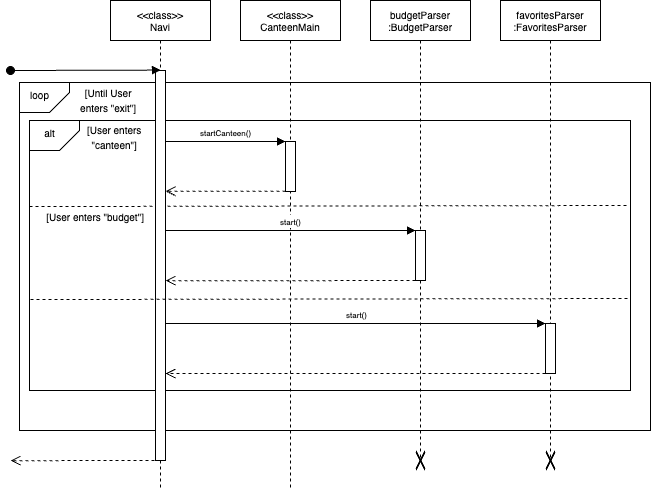
Earlier version of the draw.io export docs/diagrams/NaviSequenceDiagram.drawio.png (AY2425S2-CS2113-W12-2/tp). Source tidied: cells renumbered, new cells last; positions are measured from the earlier drawing's top-left corner, leaving out a move shared by most shapes.
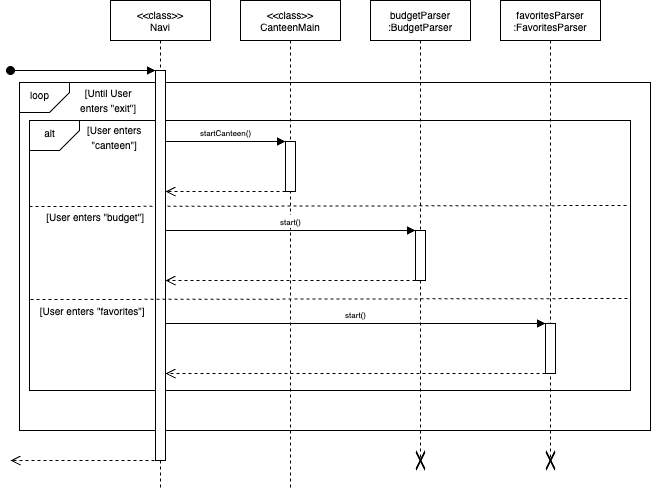
Above is the later version.

The edit, as a diff of the source:
```diff
@@ -127,5 +127,8 @@
     <mxCell id="30" style="shape=mxgraph.mockup.markup.redX;fillColor=#000000;html=1;shadow=0;whiteSpace=wrap;strokeColor=none;rotation=90;" parent="1" vertex="1">
       <mxGeometry x="530" y="455" width="20" height="10" as="geometry" />
     </mxCell>
+    <mxCell id="31" value="&lt;font style=&quot;font-size: 10px;&quot;&gt;&lt;font style=&quot;&quot;&gt;[User enters&amp;nbsp;&lt;/font&gt;&lt;span style=&quot;background-color: transparent; color: light-dark(rgb(0, 0, 0), rgb(255, 255, 255));&quot;&gt;&quot;favorites&quot;]&amp;nbsp;&lt;/span&gt;&lt;/font&gt;" style="text;html=1;align=center;verticalAlign=middle;strokeColor=none;fillColor=none;" parent="1" vertex="1">
+      <mxGeometry x="18" y="296" width="130" height="30" as="geometry" />
+    </mxCell>
   </root>
 </mxGraphModel>
```
